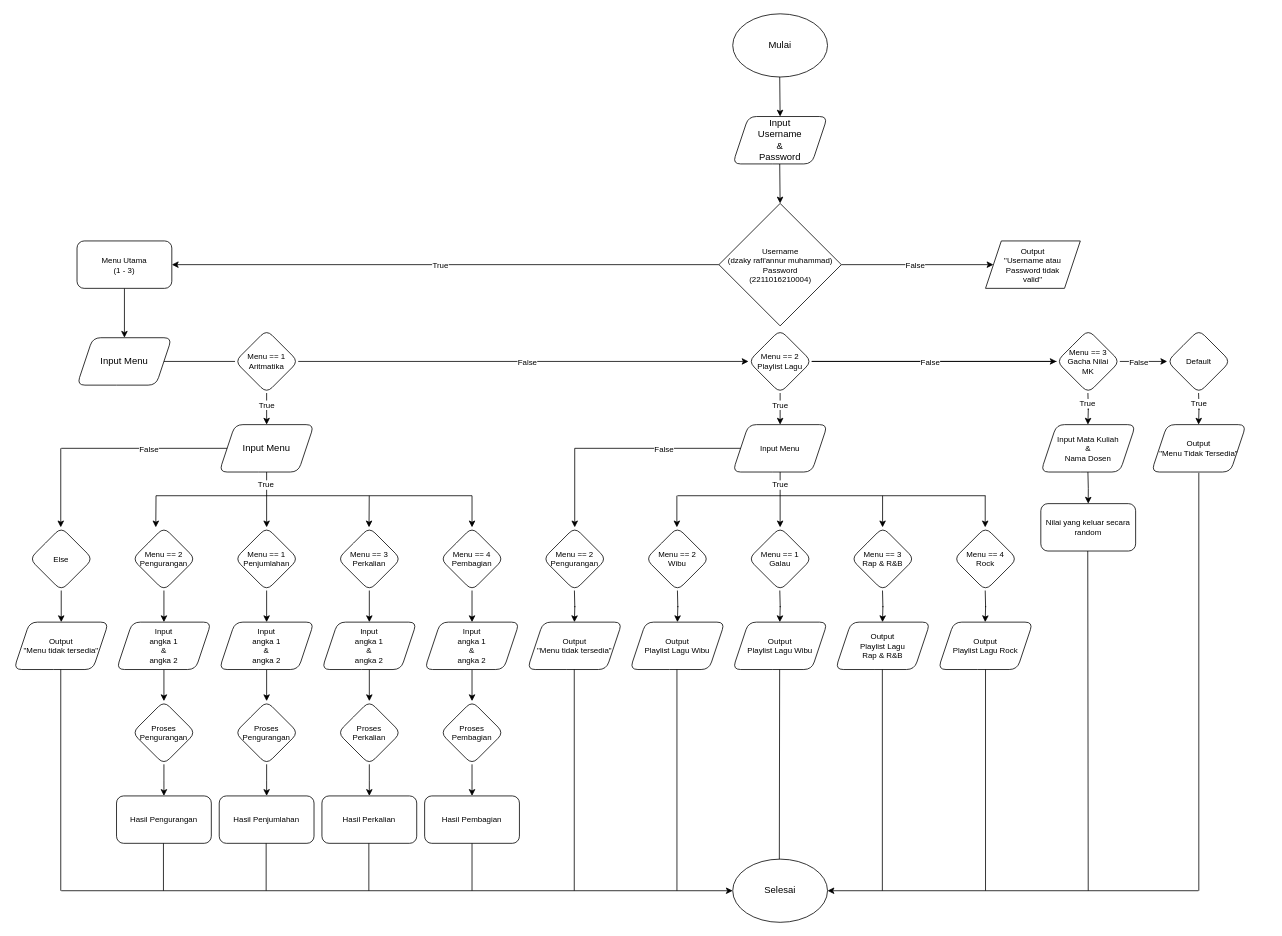
Before: Untitled Diagram.drawio in JakiRapi/Flowchart, a draw.io diagram. Source tidied: cells renumbered, new cells numbered last; positions are measured from the earlier drawing's top-left corner, leaving out a move shared by most shapes. Both pictures are drawn from the tidied source at 79%, with x=0, y=0 at pixel (13, 13).
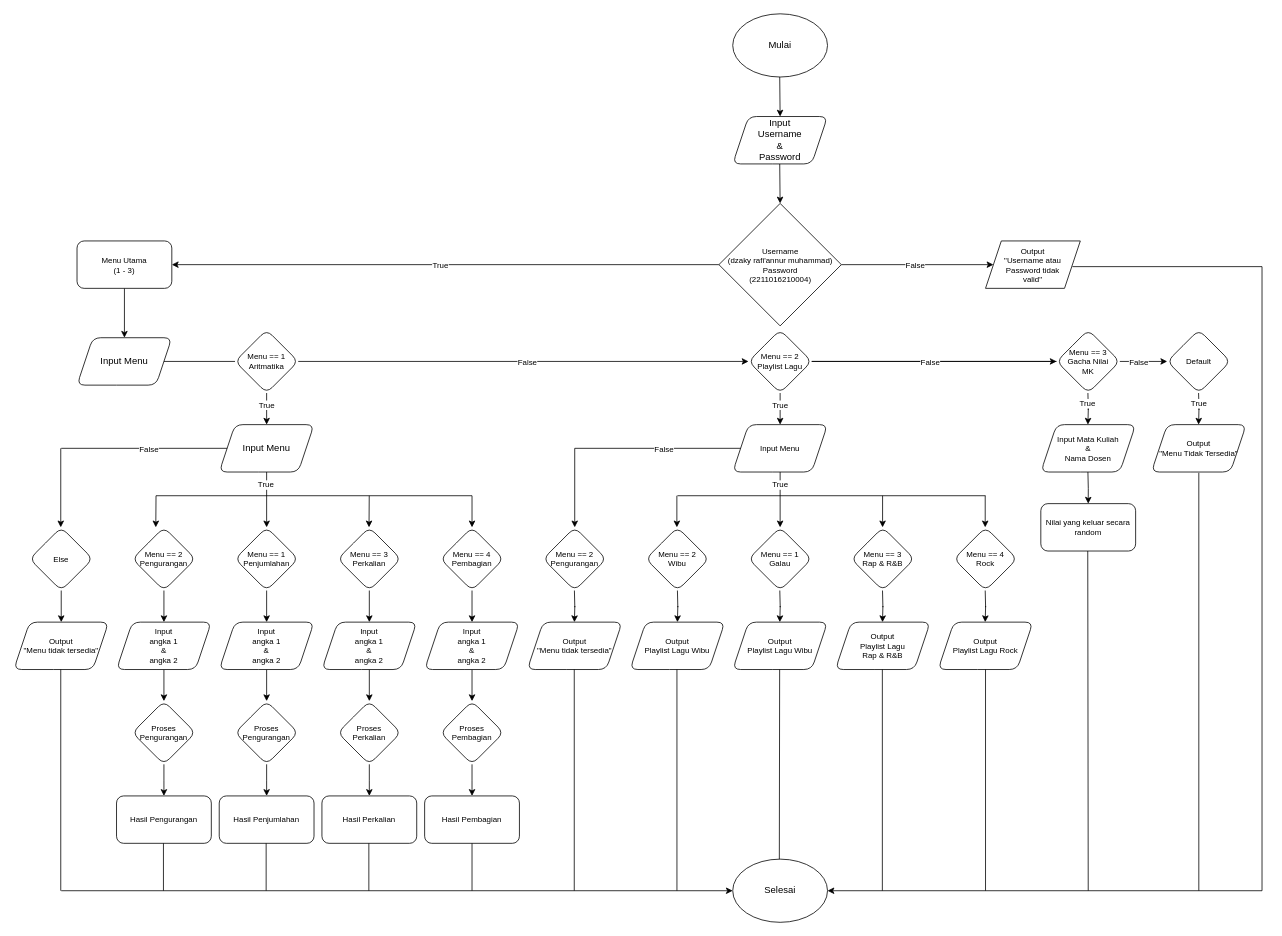
After the change.

The change refers to these unchanged cells:
```xml
<mxCell id="105" value="Selesai" style="ellipse;whiteSpace=wrap;html=1;" parent="1" vertex="1">
  <mxGeometry x="910" y="1070" width="120" height="80" as="geometry" />
</mxCell>
```

Diff of the diagram source:
```diff
@@
-    <mxCell id="107" style="endArrow=classic;html=1;rounded=0;fontSize=10;exitX=0.5;exitY=1;exitDx=0;exitDy=0;entryX=1;entryY=0.5;entryDx=0;entryDy=0;" parent="1" edge="1" target="105">
+    <mxCell id="107" style="endArrow=classic;html=1;rounded=0;fontSize=10;entryX=1;entryY=0.5;entryDx=0;entryDy=0;" parent="1" edge="1" target="105">
       <mxGeometry relative="1" as="geometry">
-        <mxPoint x="1499.5" y="1110" as="sourcePoint" />
+        <mxPoint x="1580" y="1110" as="sourcePoint" />
       </mxGeometry>
     </mxCell>
@@
+    <mxCell id="120" style="endArrow=none;html=1;rounded=0;fontSize=10;" parent="1" edge="1">
+      <mxGeometry relative="1" as="geometry">
+        <mxPoint x="1340" y="320" as="sourcePoint" />
+        <mxPoint x="1580" y="320" as="targetPoint" />
+      </mxGeometry>
+    </mxCell>
+    <mxCell id="121" style="endArrow=none;html=1;rounded=0;fontSize=10;" parent="1" edge="1">
+      <mxGeometry relative="1" as="geometry">
+        <mxPoint x="1580" y="1110" as="sourcePoint" />
+        <mxPoint x="1580" y="320" as="targetPoint" />
+      </mxGeometry>
+    </mxCell>
```
